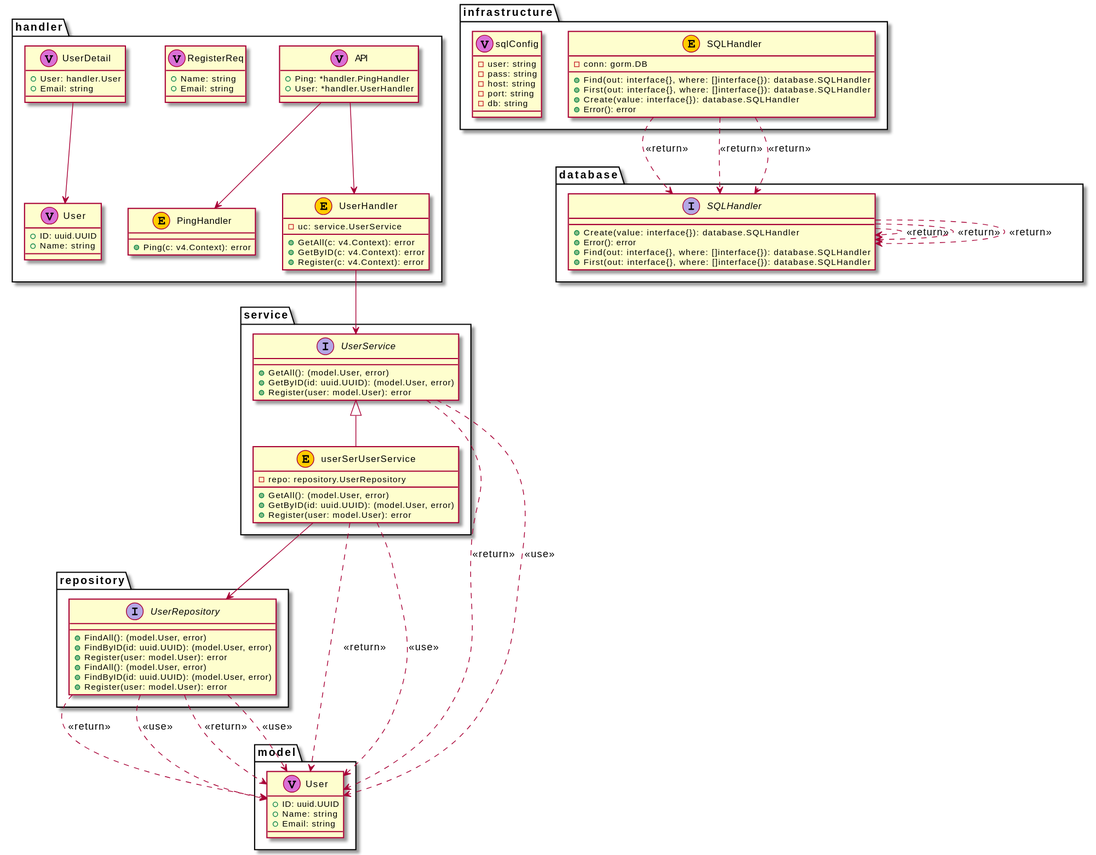
This is architecture.svg from ras0q/clean-architecture-sample, a PlantUML export, as it was before one commit. Its diagram source:
```plantuml
@startuml
package "repository" {
	interface "UserRepository" as repository.UserRepository {
		+FindAll(): (model.User, error)
		+FindByID(id: uuid.UUID): (model.User, error)
		+Register(user: model.User): error
		+FindAll(): (model.User, error)
		+FindByID(id: uuid.UUID): (model.User, error)
		+Register(user: model.User): error
	}
}


	repository.UserRepository ..> model.User : <<return>>
	repository.UserRepository ..> model.User : <<use>>
	repository.UserRepository ..> model.User : <<return>>
	repository.UserRepository ..> model.User : <<use>>

package "service" {
	interface "UserService" as service.UserService {
		+GetAll(): (model.User, error)
		+GetByID(id: uuid.UUID): (model.User, error)
		+Register(user: model.User): error
	}
}


	service.UserService ..> model.User : <<return>>
	service.UserService ..> model.User : <<use>>

package "service" {
	class "userSerUserService" as service.userSerUserService <<E,#FFCC00>> {
		-repo: repository.UserRepository
		+GetAll(): (model.User, error)
		+GetByID(id: uuid.UUID): (model.User, error)
		+Register(user: model.User): error
	}
}

	service.userSerUserService --> repository.UserRepository

	service.userSerUserService ..> model.User : <<return>>
	service.userSerUserService ..> model.User : <<use>>

package "database" {
	interface "SQLHandler" as database.SQLHandler {
		+Create(value: interface{}): database.SQLHandler
		+Error(): error
		+Find(out: interface{}, where: []interface{}): database.SQLHandler
		+First(out: interface{}, where: []interface{}): database.SQLHandler
	}
}


	database.SQLHandler ..> database.SQLHandler : <<return>>
	database.SQLHandler ..> database.SQLHandler : <<return>>
	database.SQLHandler ..> database.SQLHandler : <<return>>

package "handler" {
	class "API" as handler.API <<V,Orchid>> {
		+Ping: *handler.PingHandler
		+User: *handler.UserHandler
	}
}

	handler.API --> handler.PingHandler
	handler.API --> handler.UserHandler


package "handler" {
	class "PingHandler" as handler.PingHandler <<E,#FFCC00>> {
		+Ping(c: v4.Context): error
	}
}



package "handler" {
	class "RegisterReq" as handler.RegisterReq <<V,Orchid>> {
		+Name: string
		+Email: string
	}
}



package "handler" {
	class "User" as handler.User <<V,Orchid>> {
		+ID: uuid.UUID
		+Name: string
	}
}



package "handler" {
	class "UserDetail" as handler.UserDetail <<V,Orchid>> {
		+User: handler.User
		+Email: string
	}
}

	handler.UserDetail --> handler.User


package "handler" {
	class "UserHandler" as handler.UserHandler <<E,#FFCC00>> {
		-uc: service.UserService
		+GetAll(c: v4.Context): error
		+GetByID(c: v4.Context): error
		+Register(c: v4.Context): error
	}
}

	handler.UserHandler --> service.UserService


package "infrastructure" {
	class "SQLHandler" as infrastructure.SQLHandler <<E,#FFCC00>> {
		-conn: gorm.DB
		+Find(out: interface{}, where: []interface{}): database.SQLHandler
		+First(out: interface{}, where: []interface{}): database.SQLHandler
		+Create(value: interface{}): database.SQLHandler
		+Error(): error
	}
}


	infrastructure.SQLHandler ..> database.SQLHandler : <<return>>
	infrastructure.SQLHandler ..> database.SQLHandler : <<return>>
	infrastructure.SQLHandler ..> database.SQLHandler : <<return>>

package "infrastructure" {
	class "sqlConfig" as infrastructure.sqlConfig <<V,Orchid>> {
		-user: string
		-pass: string
		-host: string
		-port: string
		-db: string
	}
}



package "model" {
	class "User" as model.User <<V,Orchid>> {
		+ID: uuid.UUID
		+Name: string
		+Email: string
	}
}



	service.userSerUserService -up-|> service.UserService
@enduml
```
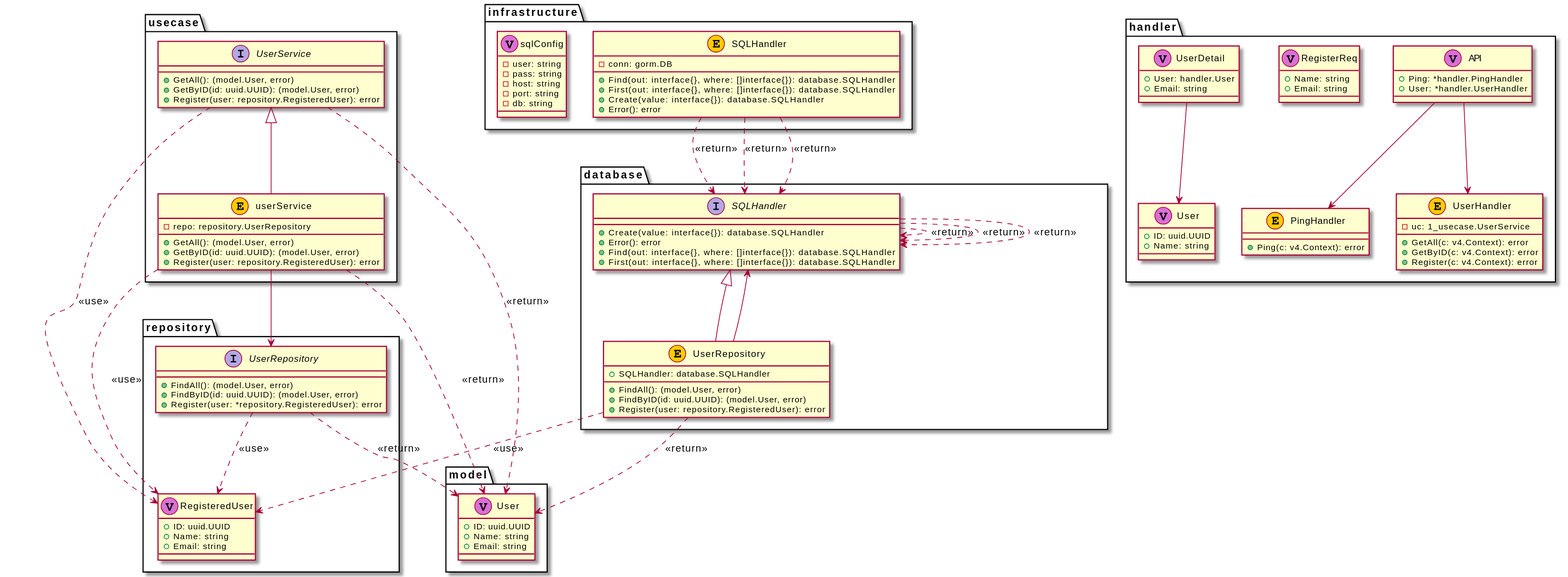
The same diagram one commit later.

What changed in the source:
```diff
@@ -1,46 +1,51 @@
 @startuml
+package "repository" {
+	class "RegisteredUser" as repository.RegisteredUser <<V,Orchid>> {
+		+ID: uuid.UUID
+		+Name: string
+		+Email: string
+	}
+}
+
+
+
 package "repository" {
 	interface "UserRepository" as repository.UserRepository {
 		+FindAll(): (model.User, error)
 		+FindByID(id: uuid.UUID): (model.User, error)
-		+Register(user: model.User): error
-		+FindAll(): (model.User, error)
-		+FindByID(id: uuid.UUID): (model.User, error)
-		+Register(user: model.User): error
+		+Register(user: *repository.RegisteredUser): error
 	}
 }
 
 
 	repository.UserRepository ..> model.User : <<return>>
-	repository.UserRepository ..> model.User : <<use>>
-	repository.UserRepository ..> model.User : <<return>>
-	repository.UserRepository ..> model.User : <<use>>
+	repository.UserRepository ..> repository.RegisteredUser : <<use>>
 
-package "service" {
-	interface "UserService" as service.UserService {
+package "usecase" {
+	interface "UserService" as usecase.UserService {
 		+GetAll(): (model.User, error)
 		+GetByID(id: uuid.UUID): (model.User, error)
-		+Register(user: model.User): error
+		+Register(user: repository.RegisteredUser): error
 	}
 }
 
 
-	service.UserService ..> model.User : <<return>>
-	service.UserService ..> model.User : <<use>>
+	usecase.UserService ..> model.User : <<return>>
+	usecase.UserService ..> repository.RegisteredUser : <<use>>
 
-package "service" {
-	class "userSerUserService" as service.userSerUserService <<E,#FFCC00>> {
+package "usecase" {
+	class "userService" as usecase.userService <<E,#FFCC00>> {
 		-repo: repository.UserRepository
 		+GetAll(): (model.User, error)
 		+GetByID(id: uuid.UUID): (model.User, error)
-		+Register(user: model.User): error
+		+Register(user: repository.RegisteredUser): error
 	}
 }
 
-	service.userSerUserService --> repository.UserRepository
+	usecase.userService --> repository.UserRepository
 
-	service.userSerUserService ..> model.User : <<return>>
-	service.userSerUserService ..> model.User : <<use>>
+	usecase.userService ..> model.User : <<return>>
+	usecase.userService ..> repository.RegisteredUser : <<use>>
 
 package "database" {
 	interface "SQLHandler" as database.SQLHandler {
@@ -55,6 +60,20 @@
 	database.SQLHandler ..> database.SQLHandler : <<return>>
 	database.SQLHandler ..> database.SQLHandler : <<return>>
 	database.SQLHandler ..> database.SQLHandler : <<return>>
+
+package "database" {
+	class "UserRepository" as database.UserRepository <<E,#FFCC00>> {
+		+SQLHandler: database.SQLHandler
+		+FindAll(): (model.User, error)
+		+FindByID(id: uuid.UUID): (model.User, error)
+		+Register(user: repository.RegisteredUser): error
+	}
+}
+
+	database.UserRepository --> database.SQLHandler
+
+	database.UserRepository ..> model.User : <<return>>
+	database.UserRepository ..> repository.RegisteredUser : <<use>>
 
 package "handler" {
 	class "API" as handler.API <<V,Orchid>> {
@@ -105,14 +124,13 @@
 
 package "handler" {
 	class "UserHandler" as handler.UserHandler <<E,#FFCC00>> {
-		-uc: service.UserService
+		-uc: 1_usecase.UserService
 		+GetAll(c: v4.Context): error
 		+GetByID(c: v4.Context): error
 		+Register(c: v4.Context): error
 	}
 }
 
-	handler.UserHandler --> service.UserService
 
 
 package "infrastructure" {
@@ -152,5 +170,6 @@
 
 
 
-	service.userSerUserService -up-|> service.UserService
+	usecase.userService -up-|> usecase.UserService
+	database.UserRepository -up-|> database.SQLHandler
 @enduml
```
